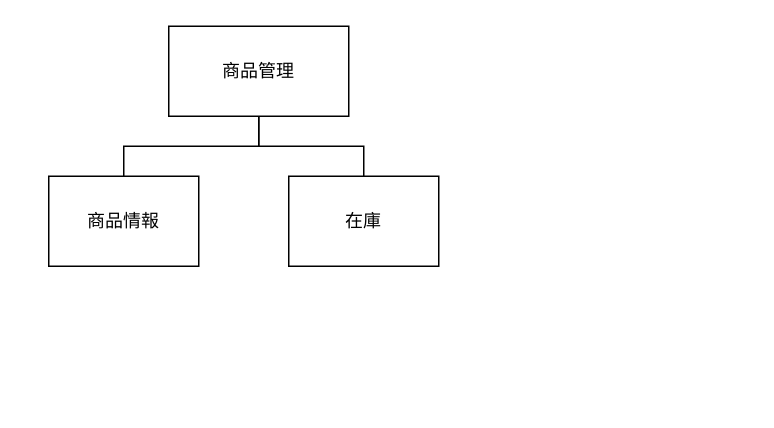
Yamanin3/system-devel keeps this draw.io diagram as サブシステム構造図/商品管理.drawio. Above is the earlier version. Source tidied: cells renumbered, new cells numbered last; positions are measured from the earlier drawing's top-left corner, leaving out a move shared by most shapes. Both pictures are drawn from the tidied source at 150%, with x=0, y=0 at pixel (48, 26).
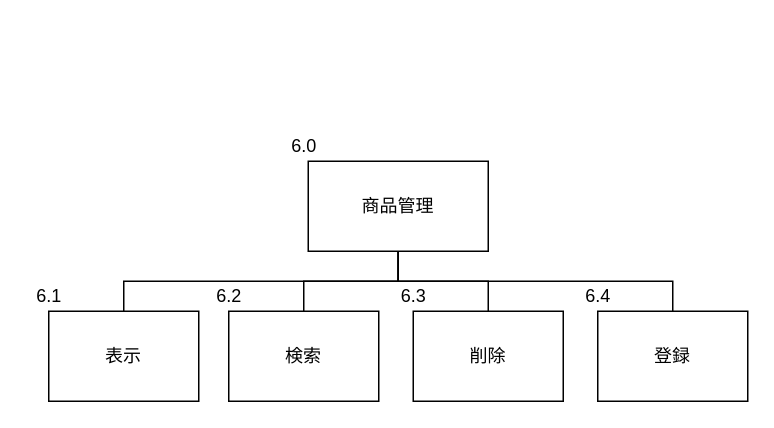
Above is the later version.

Commit message:
内容を修正

The edit, as a diff of the source:
```diff
@@
 <mxGraphModel>
   <root>
     <mxCell id="0" />
     <mxCell id="1" parent="0" />
     <mxCell id="2" value="商品管理" style="whiteSpace=wrap;html=1;align=center;" parent="1" vertex="1">
-      <mxGeometry x="80" width="120" height="60" as="geometry" />
+      <mxGeometry x="173" y="90" width="120" height="60" as="geometry" />
     </mxCell>
-    <mxCell id="3" value="在庫" style="whiteSpace=wrap;html=1;align=center;verticalAlign=middle;" parent="1" vertex="1">
-      <mxGeometry x="160" y="100" width="100" height="60" as="geometry" />
+    <mxCell id="3" value="検索" style="whiteSpace=wrap;html=1;align=center;verticalAlign=middle;" parent="1" vertex="1">
+      <mxGeometry x="120" y="190" width="100" height="60" as="geometry" />
     </mxCell>
-    <mxCell id="4" style="edgeStyle=elbowEdgeStyle;elbow=vertical;startArrow=none;endArrow=none;rounded=0;" parent="1" edge="1" target="3">
-      <mxGeometry relative="1" as="geometry">
-        <mxPoint x="140" y="60" as="sourcePoint" />
-      </mxGeometry>
+    <mxCell id="4" style="edgeStyle=elbowEdgeStyle;elbow=vertical;startArrow=none;endArrow=none;rounded=0;exitX=0.5;exitY=1;exitDx=0;exitDy=0;" parent="1" edge="1" source="2" target="3">
+      <mxGeometry relative="1" as="geometry" />
     </mxCell>
-    <mxCell id="5" value="商品情報" style="whiteSpace=wrap;html=1;align=center;verticalAlign=middle;" parent="1" vertex="1">
-      <mxGeometry y="100" width="100" height="60" as="geometry" />
+    <mxCell id="5" value="表示" style="whiteSpace=wrap;html=1;align=center;verticalAlign=middle;" parent="1" vertex="1">
+      <mxGeometry y="190" width="100" height="60" as="geometry" />
     </mxCell>
     <mxCell id="6" style="edgeStyle=elbowEdgeStyle;elbow=vertical;startArrow=none;endArrow=none;rounded=0;exitX=0.5;exitY=1;exitDx=0;exitDy=0;" parent="1" edge="1" source="2" target="5">
       <mxGeometry relative="1" as="geometry" />
     </mxCell>
+    <mxCell id="7" value="削除" style="whiteSpace=wrap;html=1;align=center;verticalAlign=middle;" parent="1" vertex="1">
+      <mxGeometry x="243" y="190" width="100" height="60" as="geometry" />
+    </mxCell>
+    <mxCell id="8" style="edgeStyle=elbowEdgeStyle;elbow=vertical;startArrow=none;endArrow=none;rounded=0;exitX=0.5;exitY=1;exitDx=0;exitDy=0;entryX=0.5;entryY=0;entryDx=0;entryDy=0;" parent="1" edge="1" source="2" target="7">
+      <mxGeometry relative="1" as="geometry" />
+    </mxCell>
+    <mxCell id="9" value="登録" style="whiteSpace=wrap;html=1;align=center;verticalAlign=middle;" parent="1" vertex="1">
+      <mxGeometry x="366" y="190" width="100" height="60" as="geometry" />
+    </mxCell>
+    <mxCell id="10" style="edgeStyle=elbowEdgeStyle;elbow=vertical;startArrow=none;endArrow=none;rounded=0;exitX=0.5;exitY=1;exitDx=0;exitDy=0;entryX=0.5;entryY=0;entryDx=0;entryDy=0;" parent="1" edge="1" source="2">
+      <mxGeometry relative="1" as="geometry">
+        <mxPoint x="416" y="190" as="targetPoint" />
+      </mxGeometry>
+    </mxCell>
+    <mxCell id="11" value="6.0" style="text;html=1;align=center;verticalAlign=middle;fillColor=none;strokeColor=none;rounded=0;" parent="1" vertex="1">
+      <mxGeometry x="155" y="70" width="30" height="20" as="geometry" />
+    </mxCell>
+    <mxCell id="12" value="6.1" style="text;html=1;align=center;verticalAlign=middle;fillColor=none;strokeColor=none;rounded=0;" parent="1" vertex="1">
+      <mxGeometry x="-15" y="170" width="30" height="20" as="geometry" />
+    </mxCell>
+    <mxCell id="13" value="6.2" style="text;html=1;align=center;verticalAlign=middle;fillColor=none;strokeColor=none;rounded=0;" parent="1" vertex="1">
+      <mxGeometry x="105" y="170" width="30" height="20" as="geometry" />
+    </mxCell>
+    <mxCell id="14" value="6.3" style="text;html=1;align=center;verticalAlign=middle;fillColor=none;strokeColor=none;rounded=0;" parent="1" vertex="1">
+      <mxGeometry x="228" y="170" width="30" height="20" as="geometry" />
+    </mxCell>
+    <mxCell id="15" value="6.4" style="text;html=1;align=center;verticalAlign=middle;fillColor=none;strokeColor=none;rounded=0;" parent="1" vertex="1">
+      <mxGeometry x="351" y="170" width="30" height="20" as="geometry" />
+    </mxCell>
   </root>
 </mxGraphModel>
```
